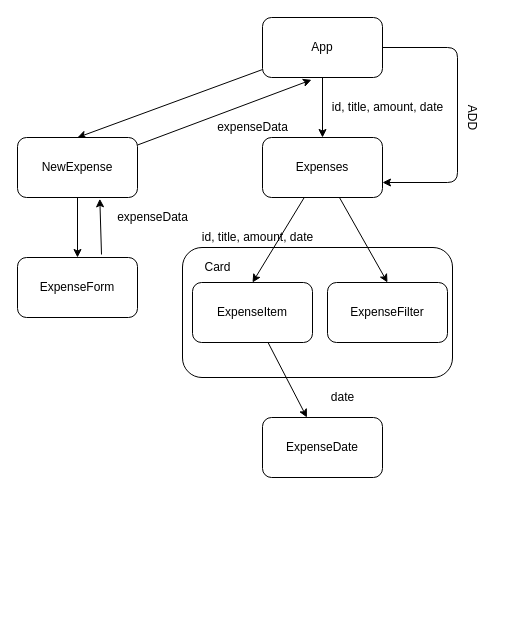
hieutrung0451/expenses-app keeps this draw.io diagram as expenses.app.drawio. Above is the earlier version. Source tidied: cells renumbered, new cells numbered last; positions are measured from the earlier drawing's top-left corner, leaving out a move shared by most shapes. Both pictures are drawn from the tidied source at 100%, with x=0, y=0 at pixel (17, 17).
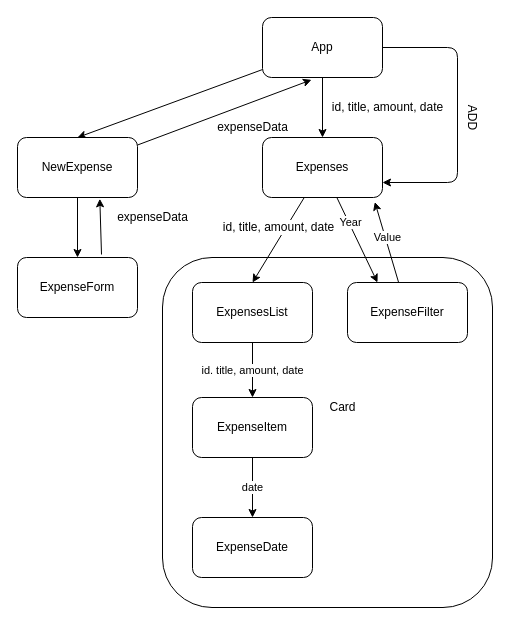
The same diagram, later.

The change refers to these unchanged cells:
```xml
<mxCell id="14" value="Expenses" style="rounded=1;whiteSpace=wrap;html=1;" parent="1" vertex="1">
  <mxGeometry x="245" y="120" width="120" height="60" as="geometry" />
</mxCell>
```

Change to the diagram source:
```diff
@@
     <mxCell id="2" value="&amp;nbsp; &amp;nbsp; &amp;nbsp;" style="rounded=1;whiteSpace=wrap;html=1;" parent="1" vertex="1">
-      <mxGeometry x="165" y="230" width="270" height="130" as="geometry" />
+      <mxGeometry x="145" y="240" width="330" height="350" as="geometry" />
     </mxCell>
@@
-    <mxCell id="7" style="edgeStyle=none;html=1;" parent="1" edge="1" source="8" target="10">
+    <mxCell id="7" value="date" style="edgeStyle=none;html=1;" parent="1" edge="1" source="8" target="10">
       <mxGeometry relative="1" as="geometry" />
     </mxCell>
     <mxCell id="8" value="ExpenseItem" style="rounded=1;whiteSpace=wrap;html=1;" parent="1" vertex="1">
-      <mxGeometry x="175" y="265" width="120" height="60" as="geometry" />
+      <mxGeometry x="175" y="380" width="120" height="60" as="geometry" />
     </mxCell>
@@
     <mxCell id="10" value="ExpenseDate" style="whiteSpace=wrap;html=1;rounded=1;" parent="1" vertex="1">
-      <mxGeometry x="245" y="400" width="120" height="60" as="geometry" />
+      <mxGeometry x="175" y="500" width="120" height="60" as="geometry" />
     </mxCell>
-    <mxCell id="11" value="date" style="text;html=1;align=center;verticalAlign=middle;strokeColor=none;fillColor=none;" parent="1" vertex="1">
-      <mxGeometry x="305" y="370" width="40" height="20" as="geometry" />
-    </mxCell>
-    <mxCell id="12" style="edgeStyle=none;html=1;entryX=0.5;entryY=0;entryDx=0;entryDy=0;" parent="1" edge="1" source="14" target="8">
-      <mxGeometry relative="1" as="geometry" />
-    </mxCell>
-    <mxCell id="13" style="edgeStyle=none;html=1;entryX=0.5;entryY=0;entryDx=0;entryDy=0;" parent="1" edge="1" source="14" target="25">
+    <mxCell id="13" style="edgeStyle=none;html=1;entryX=0.5;entryY=0;entryDx=0;entryDy=0;" parent="1" edge="1" source="14" target="31">
       <mxGeometry relative="1" as="geometry" />
     </mxCell>
+    <mxCell id="15" value="&lt;span style=&quot;font-size: 12px&quot;&gt;id, title, amount, date&lt;/span&gt;" style="edgeLabel;html=1;align=center;verticalAlign=middle;" parent="13" vertex="1">
+      <mxGeometry x="-0.55" y="1" relative="1" as="geometry">
+        <mxPoint x="-16" y="10" as="offset" />
+      </mxGeometry>
+    </mxCell>
+    <mxCell id="26" style="edgeStyle=none;html=1;entryX=0.25;entryY=0;entryDx=0;entryDy=0;" parent="1" edge="1" source="14" target="25">
+      <mxGeometry relative="1" as="geometry" />
+    </mxCell>
+    <mxCell id="27" value="Year" style="edgeLabel;html=1;align=center;verticalAlign=middle;" parent="26" vertex="1">
+      <mxGeometry x="-0.41" y="1" relative="1" as="geometry" />
+    </mxCell>
@@
-    <mxCell id="15" value="id, title, amount, date" style="text;html=1;align=center;verticalAlign=middle;strokeColor=none;fillColor=none;rotation=0;" parent="1" vertex="1">
-      <mxGeometry x="175" y="210" width="130" height="20" as="geometry" />
-    </mxCell>
     <mxCell id="16" value="Card" style="text;html=1;align=center;verticalAlign=middle;strokeColor=none;fillColor=none;" parent="1" vertex="1">
-      <mxGeometry x="180" y="240" width="40" height="20" as="geometry" />
+      <mxGeometry x="305" y="380" width="40" height="20" as="geometry" />
     </mxCell>
@@
+    <mxCell id="28" style="edgeStyle=none;html=1;entryX=0.936;entryY=1.075;entryDx=0;entryDy=0;entryPerimeter=0;" parent="1" edge="1" source="25" target="14">
+      <mxGeometry relative="1" as="geometry" />
+    </mxCell>
+    <mxCell id="29" value="Value" style="edgeLabel;html=1;align=center;verticalAlign=middle;" parent="28" vertex="1">
+      <mxGeometry x="0.35" relative="1" as="geometry">
+        <mxPoint x="5" y="9" as="offset" />
+      </mxGeometry>
+    </mxCell>
     <mxCell id="25" value="ExpenseFilter" style="rounded=1;whiteSpace=wrap;html=1;" parent="1" vertex="1">
-      <mxGeometry x="310" y="265" width="120" height="60" as="geometry" />
+      <mxGeometry x="330" y="265" width="120" height="60" as="geometry" />
     </mxCell>
+    <mxCell id="30" value="id. title, amount, date" style="edgeStyle=none;html=1;entryX=0.5;entryY=0;entryDx=0;entryDy=0;" parent="1" edge="1" source="31" target="8">
+      <mxGeometry relative="1" as="geometry" />
+    </mxCell>
+    <mxCell id="31" value="ExpensesList" style="rounded=1;whiteSpace=wrap;html=1;" parent="1" vertex="1">
+      <mxGeometry x="175" y="265" width="120" height="60" as="geometry" />
+    </mxCell>
```
